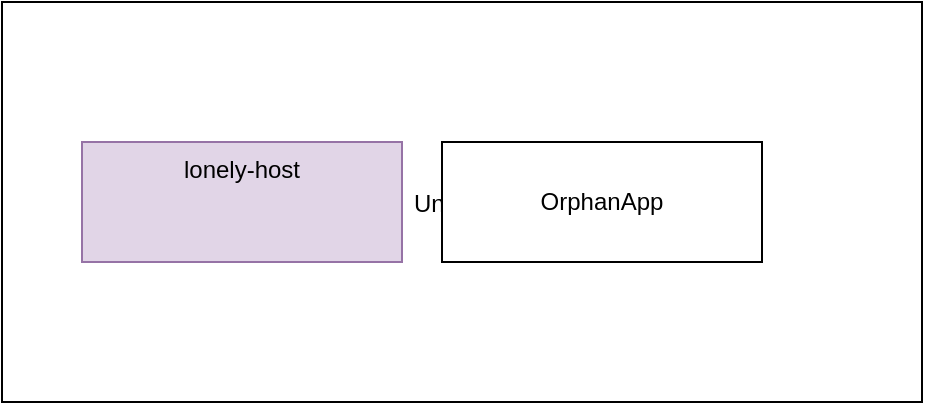
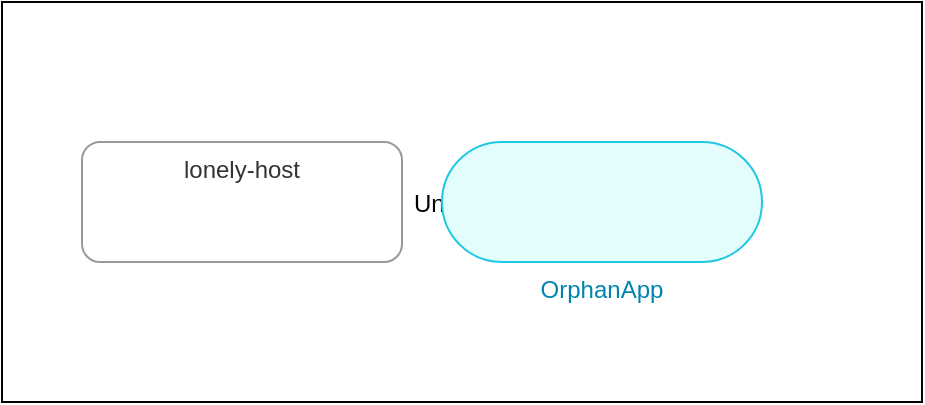
<?xml version='1.0' encoding='UTF-8'?>
<mxfile host="archithreat" version="1.0">
  <diagram id="id_121666d677cff09a" name="orphans">
    <mxGraphModel dx="1422" dy="757" grid="1" gridSize="10" guides="1" tooltips="1" connect="1" arrows="1" fold="1" page="1" pageScale="1" pageWidth="850" pageHeight="1100" math="0" shadow="0">
      <root>
        <mxCell id="0"/>
        <mxCell id="1" parent="0"/>
        <mxCell id="__unzoned__" value="Unzoned" style="" parent="1" vertex="1">
          <mxGeometry x="40" y="40" width="460" height="200" as="geometry"/>
        </mxCell>
-         <mxCell id="n_lonely" value="lonely-host" style="shape=mxgraph.iriusrisk.host;html=1;whiteSpace=wrap;fillColor=#e1d5e7;strokeColor=#9673a6;verticalAlign=top;fontSize=12;" parent="__unzoned__" vertex="1">
+         <mxCell id="n_lonely" value="lonely-host" style="rounded=1;whiteSpace=wrap;html=1;fillColor=#FFFFFF;strokeColor=#999999;strokeWidth=1;dashed=0;verticalAlign=top;fontSize=12;fontColor=#333333;connectable=0;container=1;collapsible=0;recursiveResize=0;" parent="__unzoned__" vertex="1">
          <mxGeometry x="40" y="70" width="160" height="60" as="geometry"/>
        </mxCell>
-         <mxCell id="a_orphan" value="OrphanApp" style="shape=mxgraph.iriusrisk.generic_application;html=1;whiteSpace=wrap;fillColor=#ffffff;strokeColor=#000000;" parent="__unzoned__" vertex="1">
+         <mxCell id="a_orphan" value="OrphanApp" style="rounded=1;whiteSpace=wrap;html=1;align=center;imageAlign=center;imageWidth=82;imageHeight=82;arcSize=90;absoluteArcSize=1;strokeColor=#20C9E3;fillColor=#E3FCFC;fontColor=#0084AD;fontSize=12;source=iriusrisk;ir.type=COMPONENT;ir.componentDefinition.ref=CD-V2-WEB-SERVICE;verticalLabelPosition=bottom;verticalAlign=top;ir.synchronized=1;strokeWidth=1;" parent="__unzoned__" vertex="1">
          <mxGeometry x="220" y="70" width="160" height="60" as="geometry"/>
        </mxCell>
      </root>
    </mxGraphModel>
  </diagram>
</mxfile>
